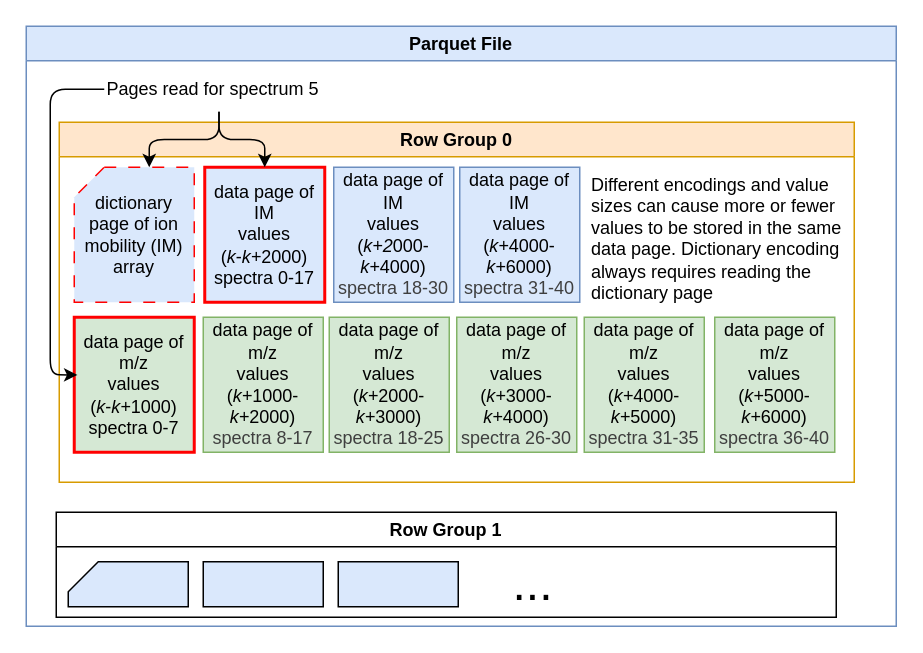
HUPO-PSI/mzPeak-specification keeps this draw.io diagram as docs/assets/img/datapage.drawio. Above is the earlier version. Source tidied: cells renumbered, new cells numbered last; positions are measured from the earlier drawing's top-left corner, leaving out a move shared by most shapes. Both pictures are drawn from the tidied source at 150%, with x=0, y=0 at pixel (26, 26).
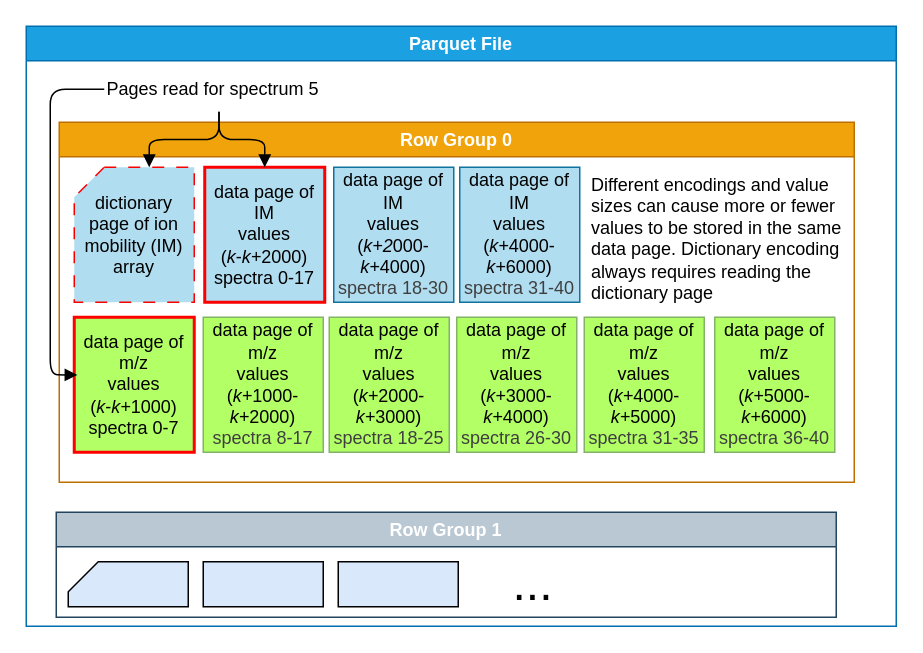
Above is the later version.

The change refers to these unchanged cells:
```xml
<mxCell id="20" value="Pages read for spectrum 5" style="text;html=1;whiteSpace=wrap;strokeColor=none;fillColor=none;align=left;verticalAlign=middle;rounded=0;" parent="2" vertex="1">
  <mxGeometry x="52" y="27" width="153" height="30" as="geometry" />
</mxCell>
```

The edit, as a diff of the source:
```diff
@@
-    <mxCell id="2" value="Parquet File" style="swimlane;whiteSpace=wrap;html=1;fillColor=#dae8fc;strokeColor=#6c8ebf;" parent="1" vertex="1">
+    <mxCell id="2" value="Parquet File" style="swimlane;whiteSpace=wrap;html=1;fillColor=#1ba1e2;strokeColor=#006EAF;fontColor=#ffffff;" parent="1" vertex="1">
       <mxGeometry width="580" height="400" as="geometry" />
     </mxCell>
-    <mxCell id="3" value="Row Group 0" style="swimlane;whiteSpace=wrap;html=1;fillColor=#ffe6cc;strokeColor=#d79b00;" parent="2" vertex="1">
+    <mxCell id="3" value="&lt;span style=&quot;color: light-dark(rgb(255, 255, 255), rgb(237, 237, 237));&quot;&gt;Row Group 0&lt;/span&gt;" style="swimlane;whiteSpace=wrap;html=1;fillColor=#f0a30a;strokeColor=#BD7000;fontColor=#000000;" parent="2" vertex="1">
       <mxGeometry x="22" y="64" width="530" height="240" as="geometry" />
     </mxCell>
-    <mxCell id="4" value="dictionary&lt;div&gt;page of ion mobility (IM) array&lt;/div&gt;" style="shape=card;whiteSpace=wrap;html=1;fillColor=#dae8fc;strokeColor=#FF0000;size=20;dashed=1;dashPattern=8 8;" parent="3" vertex="1">
+    <mxCell id="4" value="dictionary&lt;div&gt;page of ion mobility (IM) array&lt;/div&gt;" style="shape=card;whiteSpace=wrap;html=1;fillColor=#b1ddf0;strokeColor=light-dark(#fa0000, #54a9ce);size=20;dashed=1;dashPattern=8 8;" parent="3" vertex="1">
       <mxGeometry x="10" y="30" width="80" height="90" as="geometry" />
     </mxCell>
-    <mxCell id="5" value="data page of IM&lt;div&gt;values&lt;/div&gt;&lt;div&gt;(&lt;i&gt;k&lt;/i&gt;-&lt;i&gt;k+&lt;/i&gt;2000)&lt;/div&gt;&lt;div&gt;spectra 0-17&lt;/div&gt;" style="shape=card;whiteSpace=wrap;html=1;fillColor=#dae8fc;strokeColor=#FF0000;size=0;strokeWidth=2;" parent="3" vertex="1">
+    <mxCell id="5" value="data page of IM&lt;div&gt;values&lt;/div&gt;&lt;div&gt;(&lt;i&gt;k&lt;/i&gt;-&lt;i&gt;k+&lt;/i&gt;2000)&lt;/div&gt;&lt;div&gt;spectra 0-17&lt;/div&gt;" style="shape=card;whiteSpace=wrap;html=1;fillColor=#b1ddf0;strokeColor=light-dark(#fa0000, #54a9ce);size=0;strokeWidth=2;" parent="3" vertex="1">
       <mxGeometry x="97" y="30" width="80" height="90" as="geometry" />
     </mxCell>
-    <mxCell id="6" value="data page of IM&lt;div&gt;values&lt;/div&gt;&lt;div&gt;(&lt;i&gt;k+2&lt;/i&gt;000-&lt;i&gt;k+&lt;/i&gt;4000)&lt;/div&gt;&lt;div&gt;&lt;span style=&quot;color: rgb(63, 63, 63);&quot;&gt;spectra 18-30&lt;/span&gt;&lt;/div&gt;" style="shape=card;whiteSpace=wrap;html=1;fillColor=#dae8fc;strokeColor=#6c8ebf;size=0;" parent="3" vertex="1">
+    <mxCell id="6" value="data page of IM&lt;div&gt;values&lt;/div&gt;&lt;div&gt;(&lt;i&gt;k+2&lt;/i&gt;000-&lt;i&gt;k+&lt;/i&gt;4000)&lt;/div&gt;&lt;div&gt;&lt;span style=&quot;color: rgb(63, 63, 63);&quot;&gt;spectra 18-30&lt;/span&gt;&lt;/div&gt;" style="shape=card;whiteSpace=wrap;html=1;fillColor=#b1ddf0;strokeColor=#10739e;size=0;" parent="3" vertex="1">
       <mxGeometry x="183" y="30" width="80" height="90" as="geometry" />
     </mxCell>
-    <mxCell id="7" value="data page of IM&lt;div&gt;values&lt;/div&gt;&lt;div&gt;(&lt;i&gt;k+&lt;/i&gt;4000-&lt;i&gt;k+&lt;/i&gt;6000)&lt;/div&gt;&lt;div&gt;&lt;span style=&quot;color: rgb(63, 63, 63);&quot;&gt;spectra 31-40&lt;/span&gt;&lt;/div&gt;" style="shape=card;whiteSpace=wrap;html=1;fillColor=#dae8fc;strokeColor=#6c8ebf;size=0;" parent="3" vertex="1">
+    <mxCell id="7" value="data page of IM&lt;div&gt;values&lt;/div&gt;&lt;div&gt;(&lt;i&gt;k+&lt;/i&gt;4000-&lt;i&gt;k+&lt;/i&gt;6000)&lt;/div&gt;&lt;div&gt;&lt;span style=&quot;color: rgb(63, 63, 63);&quot;&gt;spectra 31-40&lt;/span&gt;&lt;/div&gt;" style="shape=card;whiteSpace=wrap;html=1;fillColor=#b1ddf0;strokeColor=#10739e;size=0;" parent="3" vertex="1">
       <mxGeometry x="267" y="30" width="80" height="90" as="geometry" />
     </mxCell>
-    <mxCell id="8" value="data page of m/z&lt;div&gt;values&lt;/div&gt;&lt;div&gt;(&lt;i&gt;k&lt;/i&gt;-&lt;i&gt;k+&lt;/i&gt;1000)&lt;/div&gt;&lt;div&gt;spectra 0-7&lt;/div&gt;" style="shape=card;whiteSpace=wrap;html=1;fillColor=#d5e8d4;strokeColor=#FF0000;size=0;strokeWidth=2;" parent="3" vertex="1">
+    <mxCell id="8" value="data page of m/z&lt;div&gt;values&lt;/div&gt;&lt;div&gt;(&lt;i&gt;k&lt;/i&gt;-&lt;i&gt;k+&lt;/i&gt;1000)&lt;/div&gt;&lt;div&gt;spectra 0-7&lt;/div&gt;" style="shape=card;whiteSpace=wrap;html=1;fillColor=#B3FF66;strokeColor=#FF0000;size=0;strokeWidth=2;" parent="3" vertex="1">
       <mxGeometry x="10" y="130" width="80" height="90" as="geometry" />
     </mxCell>
-    <mxCell id="9" value="data page of m/z&lt;div&gt;values&lt;/div&gt;&lt;div&gt;(&lt;i&gt;k+&lt;/i&gt;1000-&lt;i&gt;k+&lt;/i&gt;2000)&lt;/div&gt;&lt;div&gt;&lt;span style=&quot;color: rgb(63, 63, 63);&quot;&gt;spectra 8-17&lt;/span&gt;&lt;/div&gt;" style="shape=card;whiteSpace=wrap;html=1;fillColor=#d5e8d4;strokeColor=#82b366;size=0;" parent="3" vertex="1">
+    <mxCell id="9" value="data page of m/z&lt;div&gt;values&lt;/div&gt;&lt;div&gt;(&lt;i&gt;k+&lt;/i&gt;1000-&lt;i&gt;k+&lt;/i&gt;2000)&lt;/div&gt;&lt;div&gt;&lt;span style=&quot;color: rgb(63, 63, 63);&quot;&gt;spectra 8-17&lt;/span&gt;&lt;/div&gt;" style="shape=card;whiteSpace=wrap;html=1;fillColor=#B3FF66;strokeColor=#82b366;size=0;" parent="3" vertex="1">
       <mxGeometry x="96" y="130" width="80" height="90" as="geometry" />
     </mxCell>
-    <mxCell id="10" value="data page of m/z&lt;div&gt;values&lt;/div&gt;&lt;div&gt;(&lt;i&gt;k+&lt;/i&gt;2000-&lt;i&gt;k+&lt;/i&gt;3000)&lt;/div&gt;&lt;div&gt;&lt;span style=&quot;color: rgb(63, 63, 63);&quot;&gt;spectra 18-25&lt;/span&gt;&lt;/div&gt;" style="shape=card;whiteSpace=wrap;html=1;fillColor=#d5e8d4;strokeColor=#82b366;size=0;" parent="3" vertex="1">
+    <mxCell id="10" value="data page of m/z&lt;div&gt;values&lt;/div&gt;&lt;div&gt;(&lt;i&gt;k+&lt;/i&gt;2000-&lt;i&gt;k+&lt;/i&gt;3000)&lt;/div&gt;&lt;div&gt;&lt;span style=&quot;color: rgb(63, 63, 63);&quot;&gt;spectra 18-25&lt;/span&gt;&lt;/div&gt;" style="shape=card;whiteSpace=wrap;html=1;fillColor=#B3FF66;strokeColor=#82b366;size=0;" parent="3" vertex="1">
       <mxGeometry x="180" y="130" width="80" height="90" as="geometry" />
     </mxCell>
-    <mxCell id="11" value="data page of m/z&lt;div&gt;values&lt;/div&gt;&lt;div&gt;(&lt;i&gt;k+&lt;/i&gt;3000-&lt;i&gt;k+&lt;/i&gt;4000)&lt;/div&gt;&lt;div&gt;&lt;span style=&quot;color: rgb(63, 63, 63);&quot;&gt;spectra 26-30&lt;/span&gt;&lt;/div&gt;" style="shape=card;whiteSpace=wrap;html=1;fillColor=#d5e8d4;strokeColor=#82b366;size=0;" parent="3" vertex="1">
+    <mxCell id="11" value="data page of m/z&lt;div&gt;values&lt;/div&gt;&lt;div&gt;(&lt;i&gt;k+&lt;/i&gt;3000-&lt;i&gt;k+&lt;/i&gt;4000)&lt;/div&gt;&lt;div&gt;&lt;span style=&quot;color: rgb(63, 63, 63);&quot;&gt;spectra 26-30&lt;/span&gt;&lt;/div&gt;" style="shape=card;whiteSpace=wrap;html=1;fillColor=#B3FF66;strokeColor=#82b366;size=0;" parent="3" vertex="1">
       <mxGeometry x="265" y="130" width="80" height="90" as="geometry" />
     </mxCell>
-    <mxCell id="12" value="data page of m/z&lt;div&gt;values&lt;/div&gt;&lt;div&gt;(&lt;i&gt;k+&lt;/i&gt;4000-&lt;i&gt;k+&lt;/i&gt;5000)&lt;/div&gt;&lt;div&gt;&lt;span style=&quot;color: rgb(63, 63, 63);&quot;&gt;spectra 31-35&lt;/span&gt;&lt;/div&gt;" style="shape=card;whiteSpace=wrap;html=1;fillColor=#d5e8d4;strokeColor=#82b366;size=0;" parent="3" vertex="1">
+    <mxCell id="12" value="data page of m/z&lt;div&gt;values&lt;/div&gt;&lt;div&gt;(&lt;i&gt;k+&lt;/i&gt;4000-&lt;i&gt;k+&lt;/i&gt;5000)&lt;/div&gt;&lt;div&gt;&lt;span style=&quot;color: rgb(63, 63, 63);&quot;&gt;spectra 31-35&lt;/span&gt;&lt;/div&gt;" style="shape=card;whiteSpace=wrap;html=1;fillColor=#B3FF66;strokeColor=#82b366;size=0;" parent="3" vertex="1">
       <mxGeometry x="350" y="130" width="80" height="90" as="geometry" />
     </mxCell>
-    <mxCell id="13" value="data page of m/z&lt;div&gt;values&lt;/div&gt;&lt;div&gt;(&lt;i&gt;k+&lt;/i&gt;5000-&lt;i&gt;k+&lt;/i&gt;6000)&lt;/div&gt;&lt;div&gt;&lt;span style=&quot;color: rgb(63, 63, 63);&quot;&gt;spectra 36-40&lt;/span&gt;&lt;/div&gt;" style="shape=card;whiteSpace=wrap;html=1;fillColor=#d5e8d4;strokeColor=#82b366;size=0;" parent="3" vertex="1">
+    <mxCell id="13" value="data page of m/z&lt;div&gt;values&lt;/div&gt;&lt;div&gt;(&lt;i&gt;k+&lt;/i&gt;5000-&lt;i&gt;k+&lt;/i&gt;6000)&lt;/div&gt;&lt;div&gt;&lt;span style=&quot;color: rgb(63, 63, 63);&quot;&gt;spectra 36-40&lt;/span&gt;&lt;/div&gt;" style="shape=card;whiteSpace=wrap;html=1;fillColor=#B3FF66;strokeColor=#82b366;size=0;" parent="3" vertex="1">
       <mxGeometry x="437" y="130" width="80" height="90" as="geometry" />
     </mxCell>
@@
-    <mxCell id="15" value="Row Group 1" style="swimlane;whiteSpace=wrap;html=1;" parent="2" vertex="1">
+    <mxCell id="15" value="&lt;span style=&quot;color: light-dark(rgb(255, 255, 255), rgb(237, 237, 237));&quot;&gt;Row Group 1&lt;/span&gt;" style="swimlane;whiteSpace=wrap;html=1;fillColor=#bac8d3;strokeColor=#23445d;" parent="2" vertex="1">
       <mxGeometry x="20" y="324" width="520" height="70" as="geometry" />
     </mxCell>
@@
-    <mxCell id="21" style="edgeStyle=orthogonalEdgeStyle;html=1;entryX=0;entryY=0;entryDx=50;entryDy=0;entryPerimeter=0;" parent="2" edge="1" source="20" target="4">
-      <mxGeometry relative="1" as="geometry" />
+    <mxCell id="21" style="edgeStyle=orthogonalEdgeStyle;html=1;entryX=0;entryY=0;entryDx=50;entryDy=0;entryPerimeter=0;endArrow=block;endFill=1;" parent="2" edge="1" source="20" target="4">
+      <mxGeometry x="0.01" relative="1" as="geometry" />
     </mxCell>
-    <mxCell id="22" style="edgeStyle=orthogonalEdgeStyle;html=1;entryX=0;entryY=0;entryDx=40;entryDy=0;entryPerimeter=0;" parent="2" edge="1" source="20" target="5">
-      <mxGeometry relative="1" as="geometry" />
+    <mxCell id="22" style="edgeStyle=orthogonalEdgeStyle;html=1;entryX=0;entryY=0;entryDx=40;entryDy=0;entryPerimeter=0;endArrow=block;endFill=1;" parent="2" edge="1" source="20" target="5">
+      <mxGeometry x="0.01" relative="1" as="geometry" />
     </mxCell>
-    <mxCell id="23" style="edgeStyle=orthogonalEdgeStyle;html=1;entryX=0.027;entryY=0.427;entryDx=0;entryDy=0;entryPerimeter=0;libavoidRouting=1;" parent="2" edge="1" source="20" target="8">
+    <mxCell id="23" style="edgeStyle=orthogonalEdgeStyle;html=1;entryX=0.027;entryY=0.427;entryDx=0;entryDy=0;entryPerimeter=0;libavoidRouting=1;endArrow=block;endFill=1;" parent="2" edge="1" source="20" target="8">
       <mxGeometry relative="1" as="geometry">
         <Array as="points">
           <mxPoint x="16" y="42" />
           <mxPoint x="16" y="232" />
         </Array>
       </mxGeometry>
     </mxCell>
```
